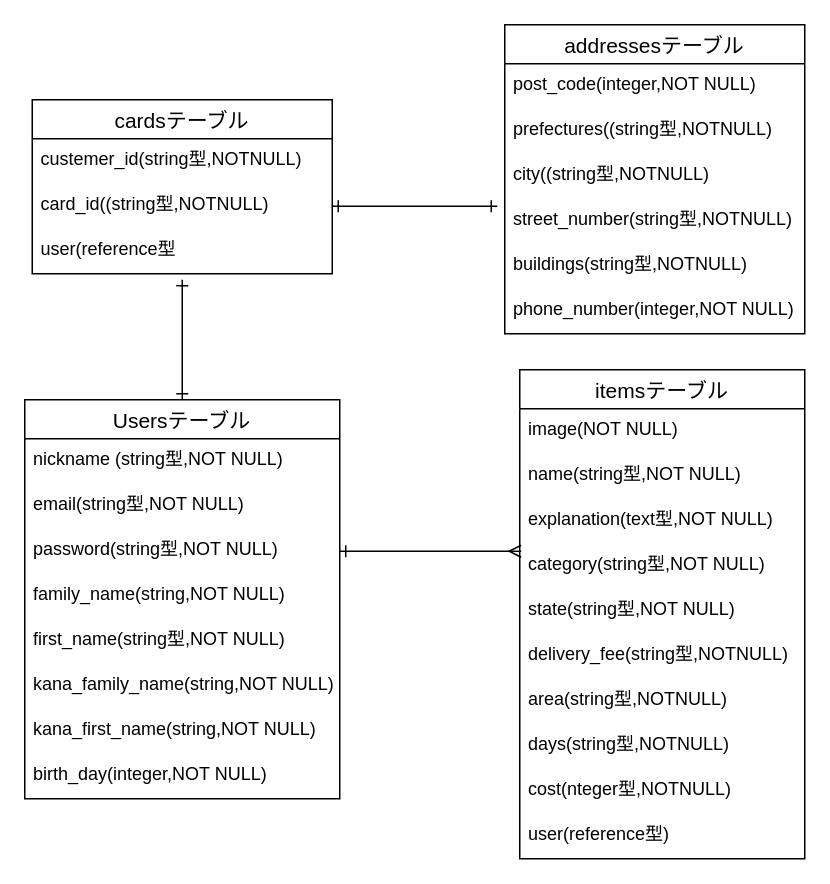
Earlier version of the draw.io diagram config/ER図.dio (Hiroaki0117/furima-33506). Source tidied: cells renumbered, new cells numbered last; positions are measured from the earlier drawing's top-left corner, leaving out a move shared by most shapes. Both pictures are drawn from the tidied source at 150%, with x=0, y=0 at pixel (24, 24).
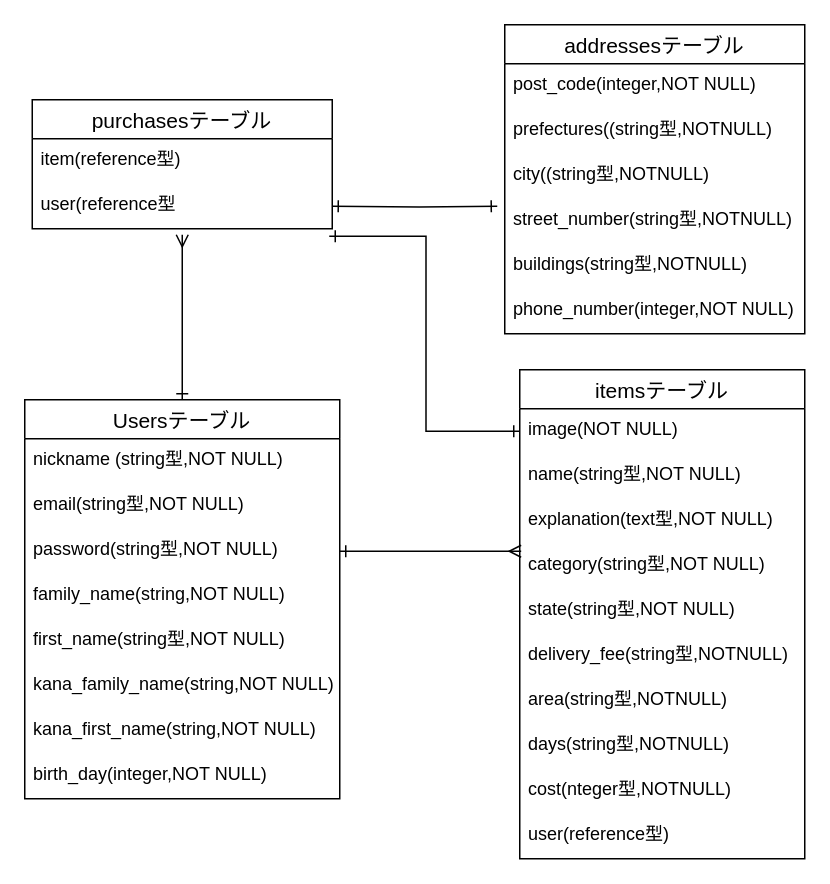
Above is the later version.

The change refers to these unchanged cells:
```xml
<mxCell id="3" value="Usersテーブル" style="swimlane;fontStyle=0;horizontal=1;startSize=26;align=center;fontSize=14;" parent="1" vertex="1">
  <mxGeometry y="250" width="210" height="266" as="geometry" />
</mxCell>
<mxCell id="13" value="image(NOT NULL)" style="text;strokeColor=none;fillColor=none;spacingLeft=4;spacingRight=4;overflow=hidden;points=[[0,0.5],[1,0.5]];portConstraint=eastwest;fontSize=12;" parent="12" vertex="1">
  <mxGeometry y="26" width="190" height="30" as="geometry" />
</mxCell>
<mxCell id="27" value="street_number(string型,NOTNULL)" style="text;strokeColor=none;fillColor=none;spacingLeft=4;spacingRight=4;overflow=hidden;points=[[0,0.5],[1,0.5]];portConstraint=eastwest;fontSize=12;" parent="23" vertex="1">
  <mxGeometry y="116" width="200" height="30" as="geometry" />
</mxCell>
```

Diff of the diagram source:
```diff
@@
-    <mxCell id="2" style="edgeStyle=orthogonalEdgeStyle;rounded=0;jettySize=auto;html=1;exitX=0.5;exitY=0;exitDx=0;exitDy=0;startArrow=ERone;startFill=0;endArrow=ERone;endFill=0;" parent="1" edge="1" source="3">
+    <mxCell id="2" style="edgeStyle=orthogonalEdgeStyle;rounded=0;jettySize=auto;html=1;exitX=0.5;exitY=0;exitDx=0;exitDy=0;startArrow=ERone;startFill=0;endArrow=ERmany;endFill=0;" parent="1" edge="1" source="3">
       <mxGeometry relative="1" as="geometry">
-        <mxPoint x="105" y="170" as="targetPoint" />
+        <mxPoint x="105" y="140" as="targetPoint" />
       </mxGeometry>
     </mxCell>
@@
-    <mxCell id="30" value="cardsテーブル" style="swimlane;fontStyle=0;horizontal=1;startSize=26;align=center;fontSize=14;" parent="1" vertex="1">
-      <mxGeometry x="5" y="50" width="200" height="116" as="geometry" />
+    <mxCell id="30" value="purchasesテーブル" style="swimlane;fontStyle=0;horizontal=1;startSize=26;align=center;fontSize=14;" parent="1" vertex="1">
+      <mxGeometry x="5" y="50" width="200" height="86" as="geometry" />
     </mxCell>
-    <mxCell id="31" value="custemer_id(string型,NOTNULL)" style="text;strokeColor=none;fillColor=none;spacingLeft=4;spacingRight=4;overflow=hidden;fontSize=12;" parent="30" vertex="1">
+    <mxCell id="31" value="item(reference型)" style="text;strokeColor=none;fillColor=none;spacingLeft=4;spacingRight=4;overflow=hidden;fontSize=12;" parent="30" vertex="1">
       <mxGeometry y="26" width="200" height="30" as="geometry" />
     </mxCell>
-    <mxCell id="32" value="card_id((string型,NOTNULL)" style="text;strokeColor=none;fillColor=none;spacingLeft=4;spacingRight=4;overflow=hidden;points=[[0,0.5],[1,0.5]];portConstraint=eastwest;fontSize=12;" parent="30" vertex="1">
-      <mxGeometry y="56" width="200" height="30" as="geometry" />
-    </mxCell>
     <mxCell id="33" value="user(reference型" style="text;strokeColor=none;fillColor=none;spacingLeft=4;spacingRight=4;overflow=hidden;points=[[0,0.5],[1,0.5]];portConstraint=eastwest;fontSize=12;" parent="30" vertex="1">
-      <mxGeometry y="86" width="200" height="30" as="geometry" />
+      <mxGeometry y="56" width="200" height="30" as="geometry" />
     </mxCell>
@@
-    <mxCell id="35" style="edgeStyle=orthogonalEdgeStyle;rounded=0;jettySize=auto;html=1;exitX=1;exitY=0.5;exitDx=0;exitDy=0;entryX=-0.025;entryY=0.167;entryDx=0;entryDy=0;entryPerimeter=0;startArrow=ERone;startFill=0;endArrow=ERone;endFill=0;" parent="1" edge="1" source="32" target="27">
-      <mxGeometry relative="1" as="geometry" />
+    <mxCell id="35" style="edgeStyle=orthogonalEdgeStyle;rounded=0;jettySize=auto;html=1;exitX=1;exitY=0.5;exitDx=0;exitDy=0;entryX=-0.025;entryY=0.167;entryDx=0;entryDy=0;entryPerimeter=0;startArrow=ERone;startFill=0;endArrow=ERone;endFill=0;" parent="1" edge="1" target="27">
+      <mxGeometry relative="1" as="geometry">
+        <mxPoint x="205" y="121" as="sourcePoint" />
+      </mxGeometry>
     </mxCell>
+    <mxCell id="36" style="edgeStyle=orthogonalEdgeStyle;rounded=0;jettySize=auto;html=1;entryX=0.99;entryY=1.167;entryDx=0;entryDy=0;entryPerimeter=0;startArrow=ERone;startFill=0;endArrow=ERone;endFill=0;" parent="1" edge="1" source="13" target="33">
+      <mxGeometry relative="1" as="geometry" />
+    </mxCell>
```
